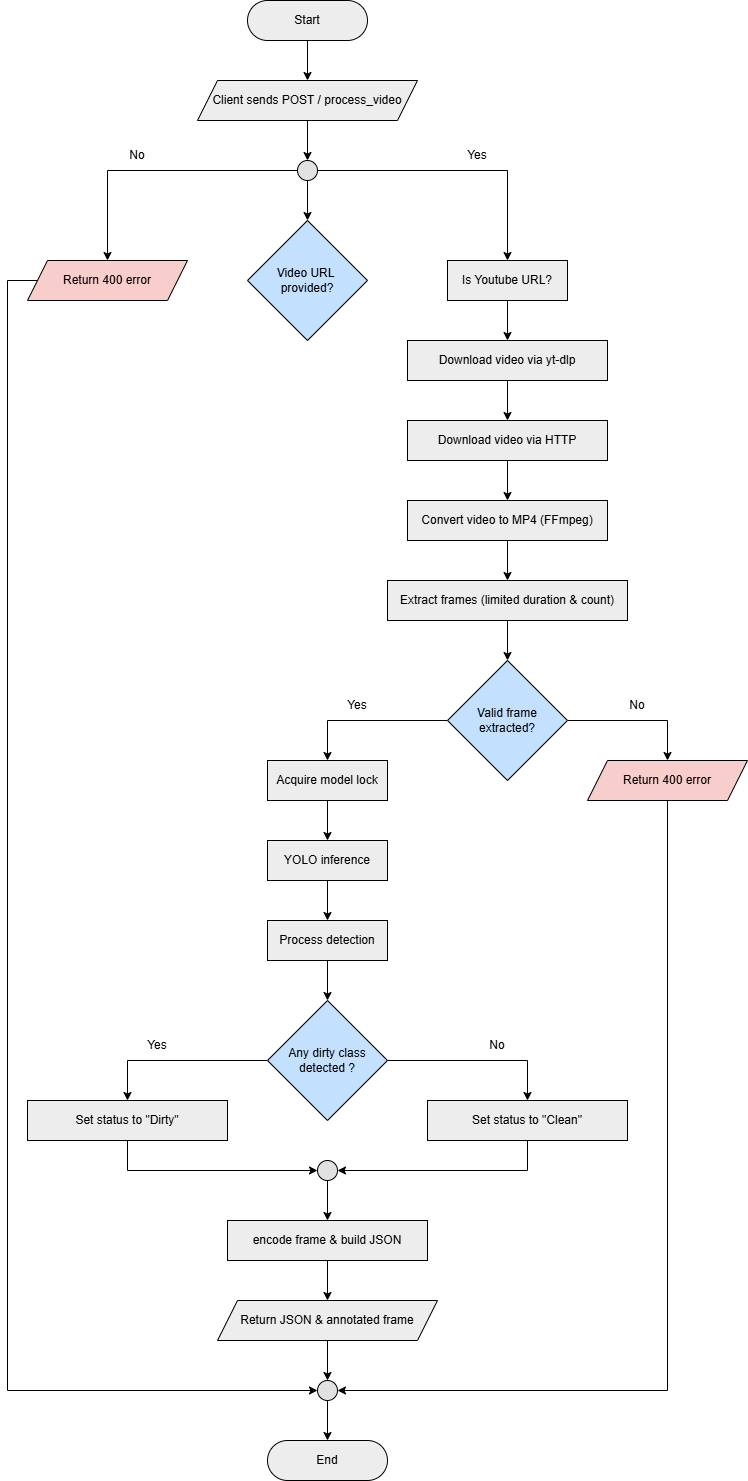
Earlier version of the draw.io export Documentation/cleanliness-nmsai-system-architecture.png (eldisja1/cleanliness-nmsai). Source tidied: cells renumbered, new cells last; positions are measured from the earlier drawing's top-left corner, leaving out a move shared by most shapes.
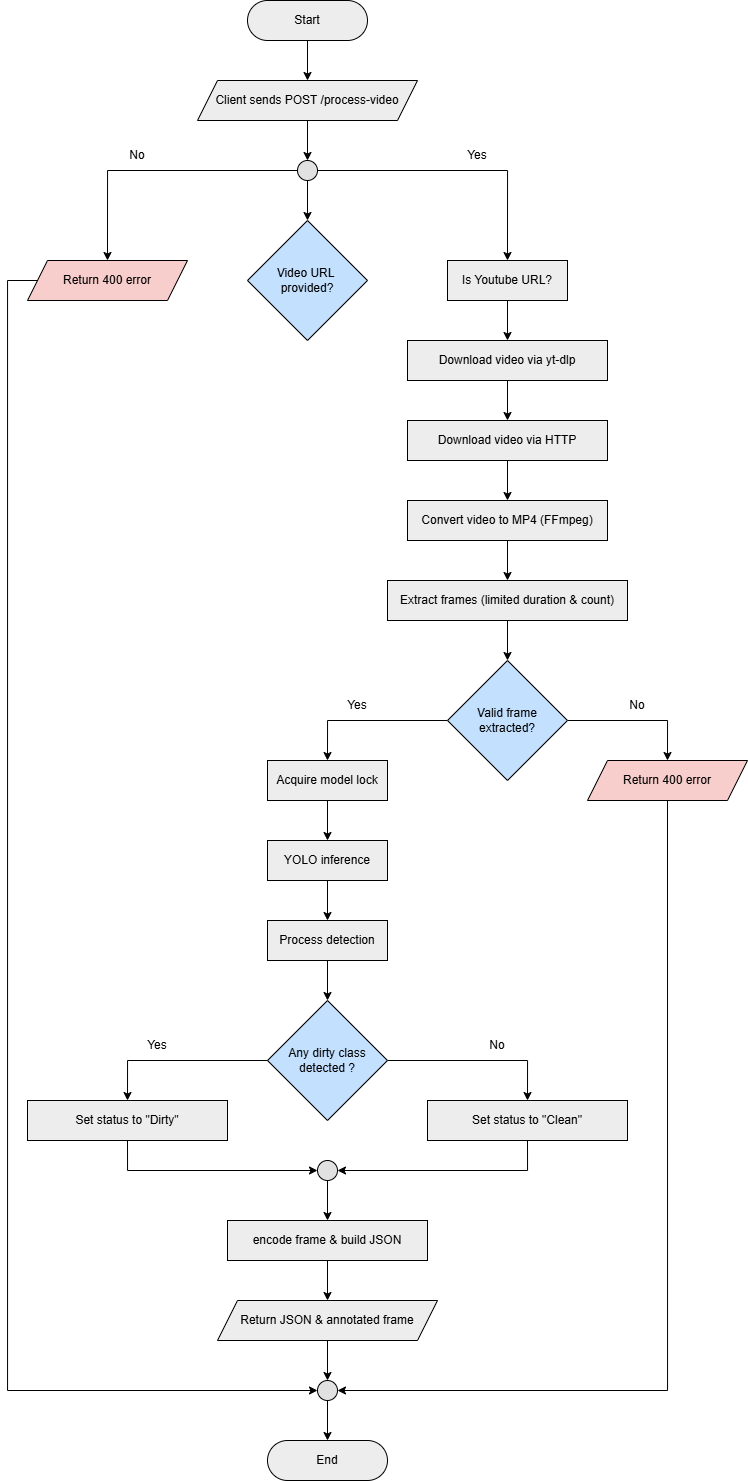
The same file after the commit.

Change to the diagram source:
```diff
@@ -38,7 +38,7 @@
     <mxCell id="13" style="edgeStyle=orthogonalEdgeStyle;rounded=0;jettySize=auto;html=1;exitX=0.5;exitY=1;exitDx=0;exitDy=0;entryX=0.5;entryY=0;entryDx=0;entryDy=0;" parent="1" edge="1" source="14" target="12">
       <mxGeometry relative="1" as="geometry" />
     </mxCell>
-    <mxCell id="14" value="Client sends POST / process_video" style="shape=parallelogram;perimeter=parallelogramPerimeter;whiteSpace=wrap;html=1;fixedSize=1;fillColor=#EDEDED;" parent="1" vertex="1">
+    <mxCell id="14" value="Client sends POST /process-video" style="shape=parallelogram;perimeter=parallelogramPerimeter;whiteSpace=wrap;html=1;fixedSize=1;fillColor=#EDEDED;" parent="1" vertex="1">
       <mxGeometry x="190" y="80" width="220" height="40" as="geometry" />
     </mxCell>
     <mxCell id="15" style="edgeStyle=orthogonalEdgeStyle;rounded=0;jettySize=auto;html=1;exitX=0.5;exitY=1;exitDx=0;exitDy=0;entryX=0.5;entryY=0;entryDx=0;entryDy=0;" parent="1" edge="1" source="16" target="18">
```
